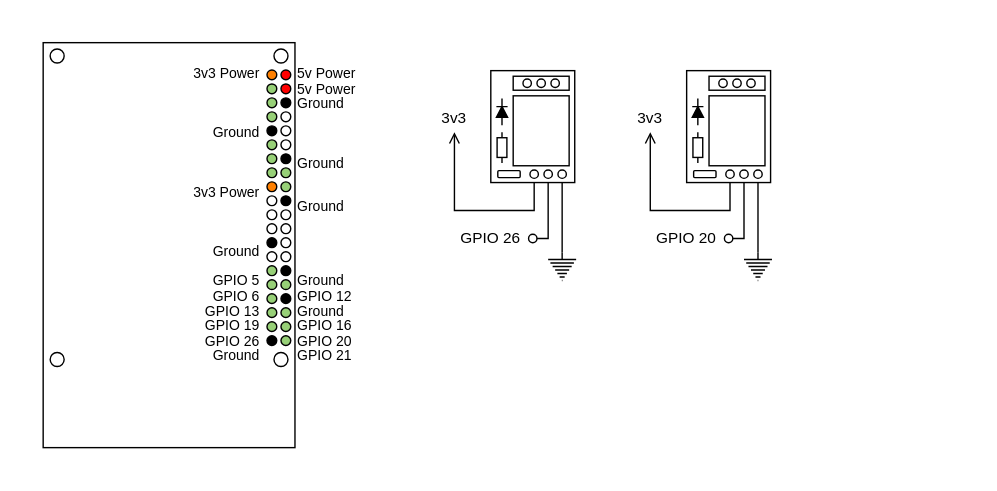
bartoszadamczyk/weather-station-rpi keeps this draw.io diagram as docs/weather-station-schematics-relay.svg. Above is the earlier version. Source tidied: cells renumbered, new cells last; positions are measured from the earlier drawing's top-left corner, leaving out a move shared by most shapes.
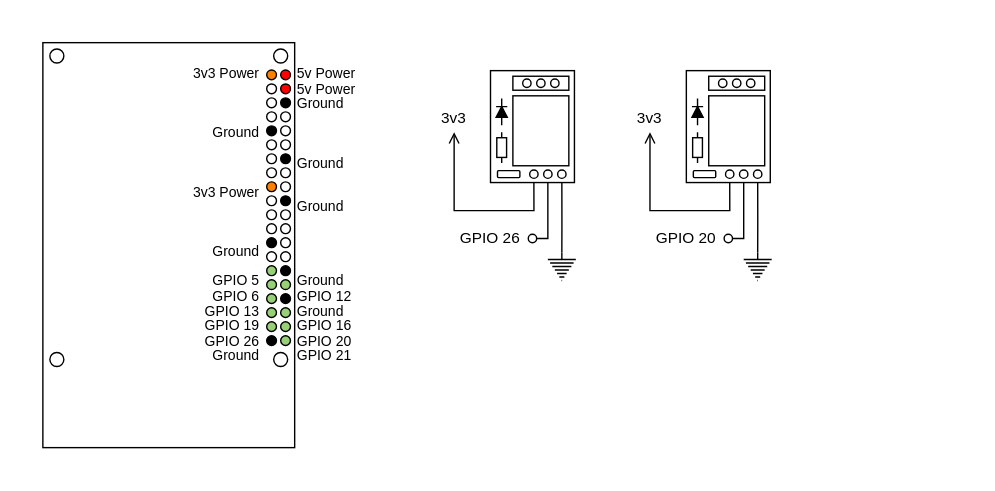
The same file after the commit.

What changed in the source:
```diff
@@ -28,19 +28,19 @@
     <mxCell id="8" style="ellipse;whiteSpace=wrap;html=1;rounded=0;fontSize=11;fillColor=#FF0000;" parent="4" vertex="1">
       <mxGeometry x="170" y="29.5" width="7" height="7" as="geometry" />
     </mxCell>
-    <mxCell id="9" style="ellipse;whiteSpace=wrap;html=1;rounded=0;fontSize=11;fillColor=#97D077;" parent="4" vertex="1">
+    <mxCell id="9" style="ellipse;whiteSpace=wrap;html=1;rounded=0;fontSize=11;fillColor=none;" parent="4" vertex="1">
       <mxGeometry x="160" y="29.5" width="7" height="7" as="geometry" />
     </mxCell>
     <mxCell id="10" style="ellipse;whiteSpace=wrap;html=1;rounded=0;fontSize=11;fillColor=#000000;" parent="4" vertex="1">
       <mxGeometry x="170" y="39.5" width="7" height="7" as="geometry" />
     </mxCell>
-    <mxCell id="11" style="ellipse;whiteSpace=wrap;html=1;rounded=0;fontSize=11;fillColor=#97D077;" parent="4" vertex="1">
+    <mxCell id="11" style="ellipse;whiteSpace=wrap;html=1;rounded=0;fontSize=11;fillColor=none;" parent="4" vertex="1">
       <mxGeometry x="160" y="39.5" width="7" height="7" as="geometry" />
     </mxCell>
     <mxCell id="12" style="ellipse;whiteSpace=wrap;html=1;rounded=0;fillColor=none;fontSize=11;" parent="4" vertex="1">
       <mxGeometry x="170" y="49.5" width="7" height="7" as="geometry" />
     </mxCell>
-    <mxCell id="13" style="ellipse;whiteSpace=wrap;html=1;rounded=0;fontSize=11;fillColor=#97D077;" parent="4" vertex="1">
+    <mxCell id="13" style="ellipse;whiteSpace=wrap;html=1;rounded=0;fontSize=11;fillColor=none;" parent="4" vertex="1">
       <mxGeometry x="160" y="49.5" width="7" height="7" as="geometry" />
     </mxCell>
     <mxCell id="14" style="ellipse;whiteSpace=wrap;html=1;rounded=0;fillColor=none;fontSize=11;" parent="4" vertex="1">
@@ -52,22 +52,22 @@
     <mxCell id="16" style="ellipse;whiteSpace=wrap;html=1;rounded=0;fillColor=none;fontSize=11;" parent="4" vertex="1">
       <mxGeometry x="170" y="69.5" width="7" height="7" as="geometry" />
     </mxCell>
-    <mxCell id="17" style="ellipse;whiteSpace=wrap;html=1;rounded=0;fontSize=11;fillColor=#97D077;" parent="4" vertex="1">
+    <mxCell id="17" style="ellipse;whiteSpace=wrap;html=1;rounded=0;fontSize=11;fillColor=none;" parent="4" vertex="1">
       <mxGeometry x="160" y="69.5" width="7" height="7" as="geometry" />
     </mxCell>
     <mxCell id="18" style="ellipse;whiteSpace=wrap;html=1;rounded=0;fontSize=11;fillColor=#000000;" parent="4" vertex="1">
       <mxGeometry x="170" y="79.5" width="7" height="7" as="geometry" />
     </mxCell>
-    <mxCell id="19" style="ellipse;whiteSpace=wrap;html=1;rounded=0;fontSize=11;fillColor=#97D077;" parent="4" vertex="1">
+    <mxCell id="19" style="ellipse;whiteSpace=wrap;html=1;rounded=0;fontSize=11;fillColor=none;" parent="4" vertex="1">
       <mxGeometry x="160" y="79.5" width="7" height="7" as="geometry" />
     </mxCell>
-    <mxCell id="20" style="ellipse;whiteSpace=wrap;html=1;rounded=0;fontSize=11;fillColor=#97D077;" parent="4" vertex="1">
+    <mxCell id="20" style="ellipse;whiteSpace=wrap;html=1;rounded=0;fontSize=11;fillColor=none;" parent="4" vertex="1">
       <mxGeometry x="170" y="89.5" width="7" height="7" as="geometry" />
     </mxCell>
-    <mxCell id="21" style="ellipse;whiteSpace=wrap;html=1;rounded=0;fontSize=11;fillColor=#97D077;" parent="4" vertex="1">
+    <mxCell id="21" style="ellipse;whiteSpace=wrap;html=1;rounded=0;fontSize=11;fillColor=none;" parent="4" vertex="1">
       <mxGeometry x="160" y="89.5" width="7" height="7" as="geometry" />
     </mxCell>
-    <mxCell id="22" style="ellipse;whiteSpace=wrap;html=1;rounded=0;fontSize=11;fillColor=#97D077;" parent="4" vertex="1">
+    <mxCell id="22" style="ellipse;whiteSpace=wrap;html=1;rounded=0;fontSize=11;fillColor=none;" parent="4" vertex="1">
       <mxGeometry x="170" y="99.5" width="7" height="7" as="geometry" />
     </mxCell>
     <mxCell id="23" style="ellipse;whiteSpace=wrap;html=1;rounded=0;fontSize=11;fillColor=#FF8000;" parent="4" vertex="1">
```
